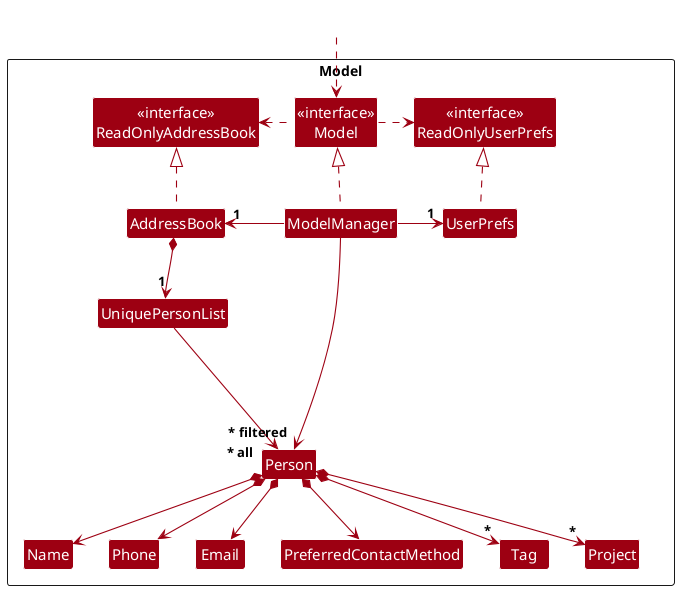
Before: docs/images/ModelClassDiagram.png, a diagram exported from PlantUML (FadhilPM/tp).
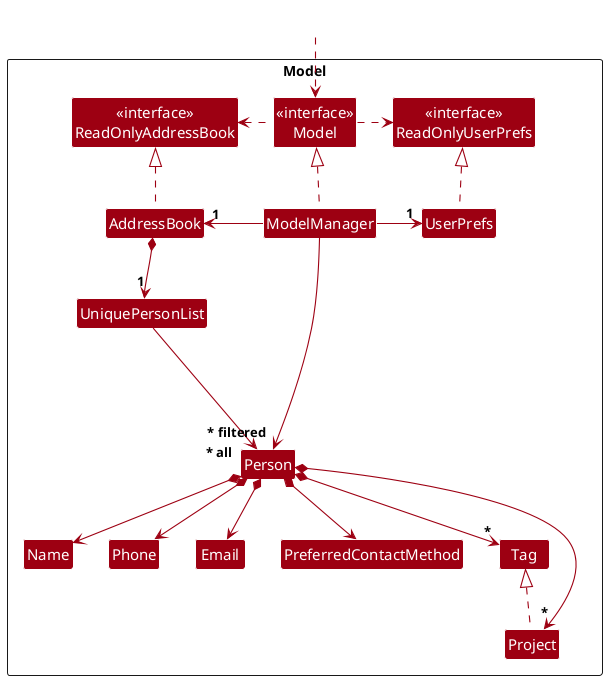
Above is the later version.

Commit message:
Update uml diagrams to reflect class structure

Change to the diagram source:
```diff
@@ -45,6 +45,8 @@
 Person *--> "*" Tag
 Person *--> "*" Project
 
+Project .up.|> Tag
+
 Person -[hidden]up--> I
 UniquePersonList -[hidden]right-> I
 
```
